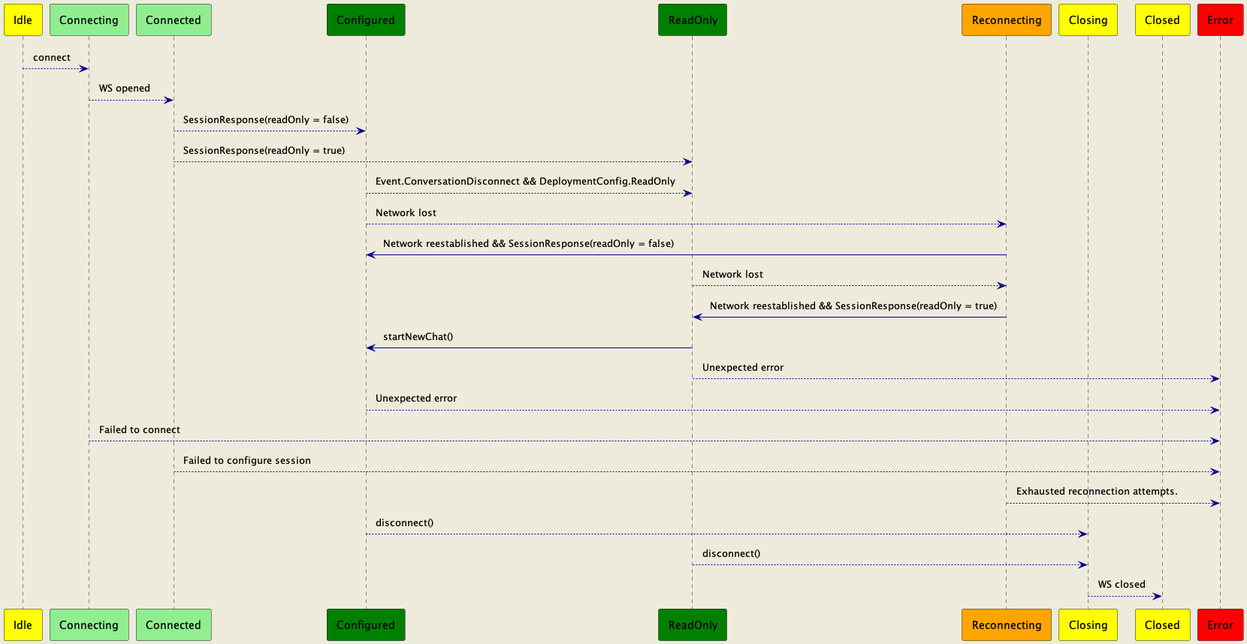
Earlier version of the PlantUML export transport/uml/state/states.png (MyPureCloud/genesys-messenger-transport-mobile-sdk).
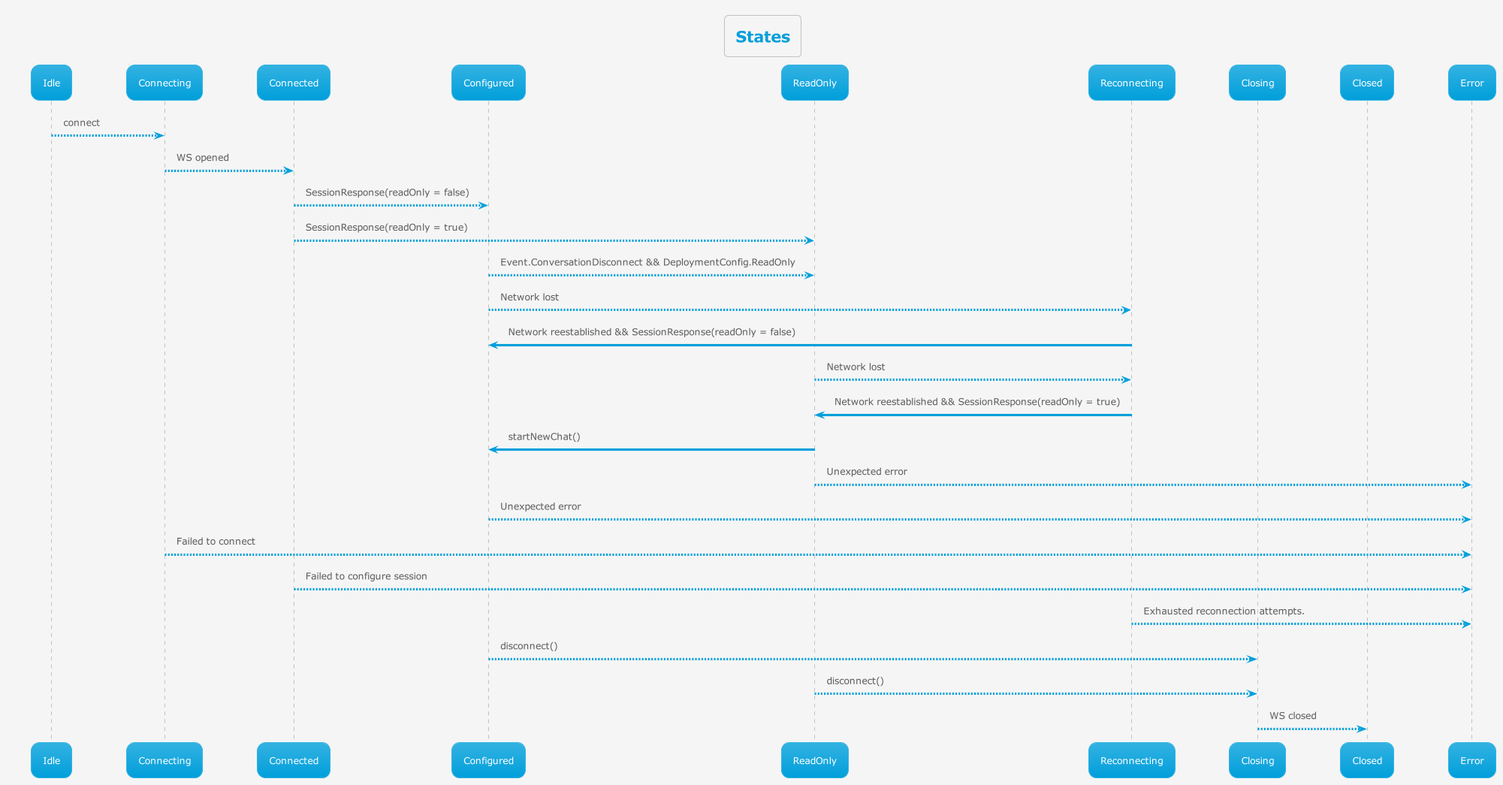
Later version of the same file.

What changed in the source:
```diff
@@ -1,22 +1,20 @@
 @startuml
-skinparam {
-        ArrowColor darkBlue
-        backgroundColor #EEEBDC
-        NoteBackgroundColor #lightyellow
-        NoteBorderColor gray
-        sequenceGroupHeaderFontColor midnightblue
-        padding 6
-}
 
-participant Idle #yellow
-participant Connecting #lightGreen
-participant Connected #lightGreen
-participant Configured #green
-participant ReadOnly #green
-participant Reconnecting #orange
-participant Closing #yellow
-participant Closed #yellow
-participant Error #red
+!theme bluegray
+!pragma teoz true
+
+skinparam backgroundColor #whitesmoke
+title States
+
+participant Idle
+participant Connecting
+participant Connected
+participant Configured
+participant ReadOnly
+participant Reconnecting
+participant Closing
+participant Closed
+participant Error
 
 Idle --> Connecting : connect
 Connecting --> Connected : WS opened
```
